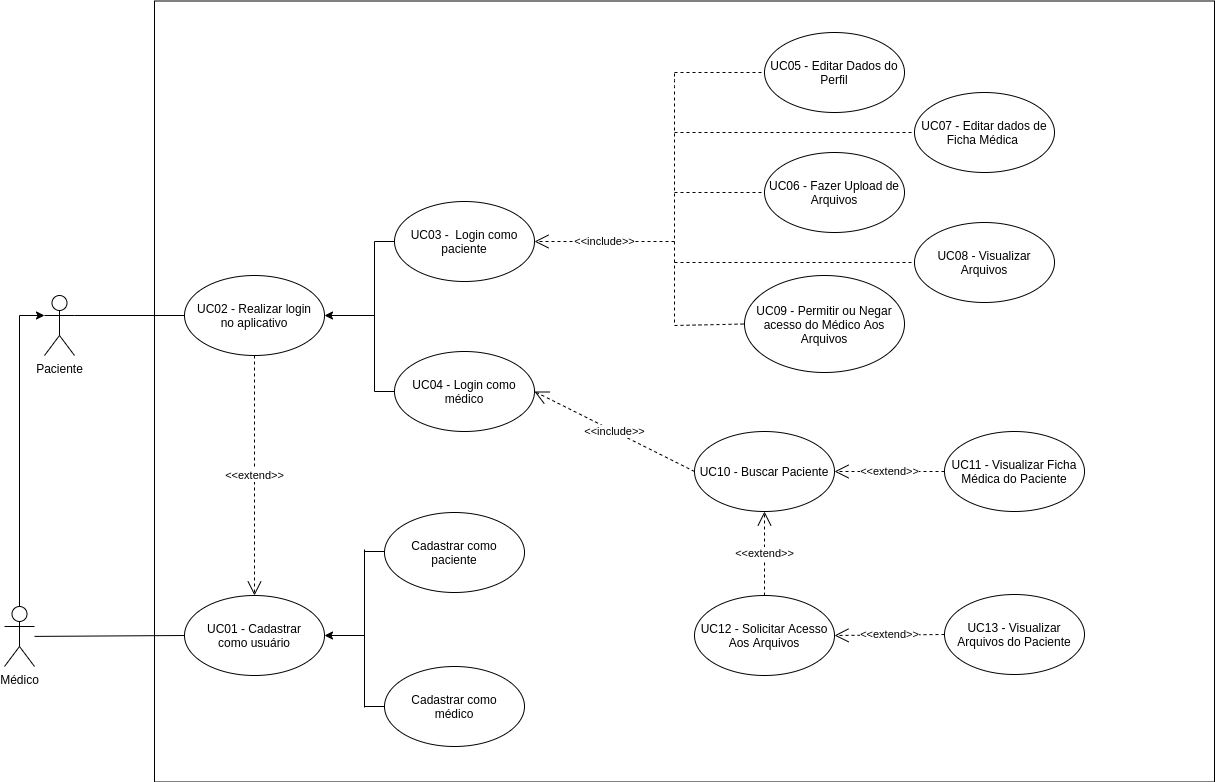
UnBArqDsw2020-2/2020.2_G3_ProjetoHigia keeps this draw.io diagram as docs/assets/images/06-padroesDeArquitetura/diagrama_casos_de_uso.png. Above is the earlier version. Source tidied: cells renumbered, new cells last; positions are measured from the earlier drawing's top-left corner, leaving out a move shared by most shapes. Source of this version:
```xml
<mxGraphModel>
  <root>
    <mxCell id="0" />
    <mxCell id="1" parent="0" />
    <mxCell id="2" style="rounded=0;whiteSpace=wrap;html=1;" parent="1" vertex="1">
      <mxGeometry x="150" y="0.5" width="1060" height="781" as="geometry" />
    </mxCell>
    <mxCell id="3" style="edgeStyle=orthogonalEdgeStyle;rounded=0;jettySize=auto;html=1;entryX=0;entryY=0.3333333333333333;entryDx=0;entryDy=0;entryPerimeter=0;exitX=0.5;exitY=0;exitDx=0;exitDy=0;exitPerimeter=0;" parent="1" edge="1" source="36" target="16">
      <mxGeometry relative="1" as="geometry" />
    </mxCell>
    <mxCell id="4" style="ellipse;whiteSpace=wrap;html=1;" parent="1" vertex="1">
      <mxGeometry x="390" y="351" width="140" height="80" as="geometry" />
    </mxCell>
    <mxCell id="5" value="UC04 - Login como médico" style="text;html=1;strokeColor=none;fillColor=none;align=center;verticalAlign=middle;whiteSpace=wrap;rounded=0;" parent="1" vertex="1">
      <mxGeometry x="400" y="381" width="120" height="20" as="geometry" />
    </mxCell>
    <mxCell id="6" style="ellipse;whiteSpace=wrap;html=1;" parent="1" vertex="1">
      <mxGeometry x="390" y="201" width="140" height="80" as="geometry" />
    </mxCell>
    <mxCell id="7" value="UC03 -&amp;nbsp; Login como paciente" style="text;html=1;strokeColor=none;fillColor=none;align=center;verticalAlign=middle;whiteSpace=wrap;rounded=0;" parent="1" vertex="1">
      <mxGeometry x="400" y="231" width="120" height="20" as="geometry" />
    </mxCell>
    <mxCell id="8" style="endArrow=classic;html=1;entryX=1;entryY=0.5;entryDx=0;entryDy=0;" parent="1" edge="1" target="12">
      <mxGeometry relative="1" as="geometry">
        <mxPoint x="370" y="315" as="sourcePoint" />
      </mxGeometry>
    </mxCell>
    <mxCell id="9" style="endArrow=none;html=1;" parent="1" edge="1">
      <mxGeometry relative="1" as="geometry">
        <mxPoint x="370" y="391" as="sourcePoint" />
        <mxPoint x="370" y="241" as="targetPoint" />
      </mxGeometry>
    </mxCell>
    <mxCell id="10" style="endArrow=none;html=1;entryX=0;entryY=0.5;entryDx=0;entryDy=0;" parent="1" edge="1" target="4">
      <mxGeometry relative="1" as="geometry">
        <mxPoint x="370" y="391" as="sourcePoint" />
      </mxGeometry>
    </mxCell>
    <mxCell id="11" style="endArrow=none;html=1;entryX=0;entryY=0.5;entryDx=0;entryDy=0;" parent="1" edge="1" target="6">
      <mxGeometry relative="1" as="geometry">
        <mxPoint x="370" y="241" as="sourcePoint" />
      </mxGeometry>
    </mxCell>
    <mxCell id="12" style="ellipse;whiteSpace=wrap;html=1;" parent="1" vertex="1">
      <mxGeometry x="180" y="275" width="140" height="80" as="geometry" />
    </mxCell>
    <mxCell id="13" value="UC02 - Realizar login no aplicativo" style="text;html=1;strokeColor=none;fillColor=none;align=center;verticalAlign=middle;whiteSpace=wrap;rounded=0;" parent="1" vertex="1">
      <mxGeometry x="190" y="305" width="120" height="20" as="geometry" />
    </mxCell>
    <mxCell id="14" value="&amp;lt;&amp;lt;include&amp;gt;&amp;gt;" style="endArrow=open;endSize=12;dashed=1;html=1;entryX=1;entryY=0.5;entryDx=0;entryDy=0;" parent="1" edge="1" target="6">
      <mxGeometry relative="1" as="geometry">
        <mxPoint x="670" y="241" as="sourcePoint" />
      </mxGeometry>
    </mxCell>
    <mxCell id="15" value="&amp;lt;&amp;lt;extend&amp;gt;&amp;gt;" style="endArrow=open;endSize=12;dashed=1;html=1;entryX=0.5;entryY=0;entryDx=0;entryDy=0;exitX=0.5;exitY=1;exitDx=0;exitDy=0;" parent="1" edge="1" source="12" target="37">
      <mxGeometry relative="1" as="geometry" />
    </mxCell>
    <mxCell id="16" value="Paciente&lt;br&gt;" style="shape=umlActor;verticalLabelPosition=bottom;verticalAlign=top;html=1;outlineConnect=0;" parent="1" vertex="1">
      <mxGeometry x="40" y="295" width="30" height="60" as="geometry" />
    </mxCell>
    <mxCell id="17" value="UC08 - Visualizar Arquivos" style="ellipse;whiteSpace=wrap;html=1;" parent="1" vertex="1">
      <mxGeometry x="910" y="222" width="140" height="80" as="geometry" />
    </mxCell>
    <mxCell id="18" style="endArrow=none;dashed=1;html=1;" parent="1" edge="1">
      <mxGeometry relative="1" as="geometry">
        <mxPoint x="670" y="322" as="sourcePoint" />
        <mxPoint x="670" y="72" as="targetPoint" />
        <Array as="points">
          <mxPoint x="670" y="261" />
          <mxPoint x="670" y="81" />
        </Array>
      </mxGeometry>
    </mxCell>
    <mxCell id="19" value="UC09 - Permitir ou Negar acesso do Médico Aos Arquivos" style="ellipse;whiteSpace=wrap;html=1;" parent="1" vertex="1">
      <mxGeometry x="740" y="275" width="160" height="97" as="geometry" />
    </mxCell>
    <mxCell id="20" value="UC13 - Visualizar Arquivos do Paciente" style="ellipse;whiteSpace=wrap;html=1;" parent="1" vertex="1">
      <mxGeometry x="940" y="594" width="140" height="80" as="geometry" />
    </mxCell>
    <mxCell id="21" value="UC11 - Visualizar Ficha Médica do Paciente" style="ellipse;whiteSpace=wrap;html=1;" parent="1" vertex="1">
      <mxGeometry x="940" y="431" width="140" height="80" as="geometry" />
    </mxCell>
    <mxCell id="22" value="UC07 - Editar dados de Ficha Médica&amp;nbsp;" style="ellipse;whiteSpace=wrap;html=1;" parent="1" vertex="1">
      <mxGeometry x="910" y="92" width="140" height="80" as="geometry" />
    </mxCell>
    <mxCell id="23" value="UC05 - Editar Dados do Perfil" style="ellipse;whiteSpace=wrap;html=1;" parent="1" vertex="1">
      <mxGeometry x="760" y="32" width="140" height="80" as="geometry" />
    </mxCell>
    <mxCell id="24" style="endArrow=none;dashed=1;html=1;entryX=0;entryY=0.5;entryDx=0;entryDy=0;" parent="1" edge="1" target="23">
      <mxGeometry relative="1" as="geometry">
        <mxPoint x="670" y="72" as="sourcePoint" />
      </mxGeometry>
    </mxCell>
    <mxCell id="25" style="endArrow=none;dashed=1;html=1;entryX=0;entryY=0.5;entryDx=0;entryDy=0;" parent="1" edge="1" target="29">
      <mxGeometry relative="1" as="geometry">
        <mxPoint x="670" y="192" as="sourcePoint" />
      </mxGeometry>
    </mxCell>
    <mxCell id="26" style="endArrow=none;html=1;entryX=0;entryY=0.5;entryDx=0;entryDy=0;exitX=1;exitY=0.3333333333333333;exitDx=0;exitDy=0;exitPerimeter=0;" parent="1" edge="1" source="16" target="12">
      <mxGeometry relative="1" as="geometry" />
    </mxCell>
    <mxCell id="27" value="UC10 - Buscar Paciente" style="ellipse;whiteSpace=wrap;html=1;" parent="1" vertex="1">
      <mxGeometry x="690" y="431" width="140" height="80" as="geometry" />
    </mxCell>
    <mxCell id="28" value="UC12 - Solicitar Acesso Aos Arquivos" style="ellipse;whiteSpace=wrap;html=1;" parent="1" vertex="1">
      <mxGeometry x="690" y="595" width="140" height="80" as="geometry" />
    </mxCell>
    <mxCell id="29" value="UC06 - Fazer Upload de Arquivos" style="ellipse;whiteSpace=wrap;html=1;" parent="1" vertex="1">
      <mxGeometry x="760" y="152" width="140" height="80" as="geometry" />
    </mxCell>
    <mxCell id="30" style="endArrow=none;dashed=1;html=1;entryX=0;entryY=0.5;entryDx=0;entryDy=0;" parent="1" edge="1" target="22">
      <mxGeometry relative="1" as="geometry">
        <mxPoint x="670" y="132" as="sourcePoint" />
      </mxGeometry>
    </mxCell>
    <mxCell id="31" style="endArrow=none;dashed=1;html=1;entryX=0;entryY=0.5;entryDx=0;entryDy=0;" parent="1" edge="1" target="17">
      <mxGeometry relative="1" as="geometry">
        <mxPoint x="670" y="262" as="sourcePoint" />
      </mxGeometry>
    </mxCell>
    <mxCell id="32" style="endArrow=none;dashed=1;html=1;entryX=0;entryY=0.5;entryDx=0;entryDy=0;" parent="1" edge="1" target="19">
      <mxGeometry relative="1" as="geometry">
        <mxPoint x="670" y="325" as="sourcePoint" />
      </mxGeometry>
    </mxCell>
    <mxCell id="33" value="&amp;lt;&amp;lt;extend&amp;gt;&amp;gt;" style="endArrow=open;endSize=12;dashed=1;html=1;entryX=1;entryY=0.5;entryDx=0;entryDy=0;exitX=0;exitY=0.5;exitDx=0;exitDy=0;" parent="1" edge="1" source="21" target="27">
      <mxGeometry relative="1" as="geometry" />
    </mxCell>
    <mxCell id="34" value="&amp;lt;&amp;lt;extend&amp;gt;&amp;gt;" style="endArrow=open;endSize=12;dashed=1;html=1;entryX=0.5;entryY=1;entryDx=0;entryDy=0;exitX=0.5;exitY=0;exitDx=0;exitDy=0;" parent="1" edge="1" source="28" target="27">
      <mxGeometry relative="1" as="geometry" />
    </mxCell>
    <mxCell id="35" value="&amp;lt;&amp;lt;extend&amp;gt;&amp;gt;" style="endArrow=open;endSize=12;dashed=1;html=1;entryX=1;entryY=0.5;entryDx=0;entryDy=0;exitX=0;exitY=0.5;exitDx=0;exitDy=0;" parent="1" edge="1" source="20" target="28">
      <mxGeometry relative="1" as="geometry" />
    </mxCell>
    <mxCell id="36" value="Médico&lt;br&gt;" style="shape=umlActor;verticalLabelPosition=bottom;verticalAlign=top;html=1;outlineConnect=0;" parent="1" vertex="1">
      <mxGeometry y="606" width="30" height="60" as="geometry" />
    </mxCell>
    <mxCell id="37" style="ellipse;whiteSpace=wrap;html=1;" parent="1" vertex="1">
      <mxGeometry x="180" y="595" width="140" height="80" as="geometry" />
    </mxCell>
    <mxCell id="38" value="UC01 - Cadastrar como usuário" style="text;html=1;strokeColor=none;fillColor=none;align=center;verticalAlign=middle;whiteSpace=wrap;rounded=0;" parent="1" vertex="1">
      <mxGeometry x="190" y="625" width="120" height="20" as="geometry" />
    </mxCell>
    <mxCell id="39" style="endArrow=none;html=1;entryX=0;entryY=0.5;entryDx=0;entryDy=0;" parent="1" edge="1" source="36" target="37">
      <mxGeometry relative="1" as="geometry" />
    </mxCell>
    <mxCell id="40" style="ellipse;whiteSpace=wrap;html=1;" parent="1" vertex="1">
      <mxGeometry x="380" y="666" width="140" height="80" as="geometry" />
    </mxCell>
    <mxCell id="41" value="Cadastrar como médico" style="text;html=1;strokeColor=none;fillColor=none;align=center;verticalAlign=middle;whiteSpace=wrap;rounded=0;" parent="1" vertex="1">
      <mxGeometry x="390" y="696" width="120" height="20" as="geometry" />
    </mxCell>
    <mxCell id="42" style="ellipse;whiteSpace=wrap;html=1;" parent="1" vertex="1">
      <mxGeometry x="380" y="512" width="140" height="80" as="geometry" />
    </mxCell>
    <mxCell id="43" value="Cadastrar como paciente" style="text;html=1;strokeColor=none;fillColor=none;align=center;verticalAlign=middle;whiteSpace=wrap;rounded=0;" parent="1" vertex="1">
      <mxGeometry x="390" y="542" width="120" height="20" as="geometry" />
    </mxCell>
    <mxCell id="44" style="endArrow=classic;html=1;entryX=1;entryY=0.5;entryDx=0;entryDy=0;" parent="1" edge="1" target="37">
      <mxGeometry relative="1" as="geometry">
        <mxPoint x="360" y="635" as="sourcePoint" />
      </mxGeometry>
    </mxCell>
    <mxCell id="45" style="endArrow=none;html=1;" parent="1" edge="1">
      <mxGeometry relative="1" as="geometry">
        <mxPoint x="360" y="707" as="sourcePoint" />
        <mxPoint x="360" y="549" as="targetPoint" />
      </mxGeometry>
    </mxCell>
    <mxCell id="46" style="endArrow=none;html=1;entryX=0;entryY=0.5;entryDx=0;entryDy=0;" parent="1" edge="1" target="40">
      <mxGeometry relative="1" as="geometry">
        <mxPoint x="360" y="706" as="sourcePoint" />
      </mxGeometry>
    </mxCell>
    <mxCell id="47" style="endArrow=none;html=1;entryX=0;entryY=0.5;entryDx=0;entryDy=0;" parent="1" edge="1">
      <mxGeometry relative="1" as="geometry">
        <mxPoint x="360" y="551" as="sourcePoint" />
        <mxPoint x="380" y="551" as="targetPoint" />
      </mxGeometry>
    </mxCell>
    <mxCell id="48" value="&amp;lt;&amp;lt;include&amp;gt;&amp;gt;" style="endArrow=open;endSize=12;dashed=1;html=1;entryX=1;entryY=0.5;entryDx=0;entryDy=0;exitX=0;exitY=0.5;exitDx=0;exitDy=0;" parent="1" edge="1" source="27" target="4">
      <mxGeometry relative="1" as="geometry" />
    </mxCell>
  </root>
</mxGraphModel>
```
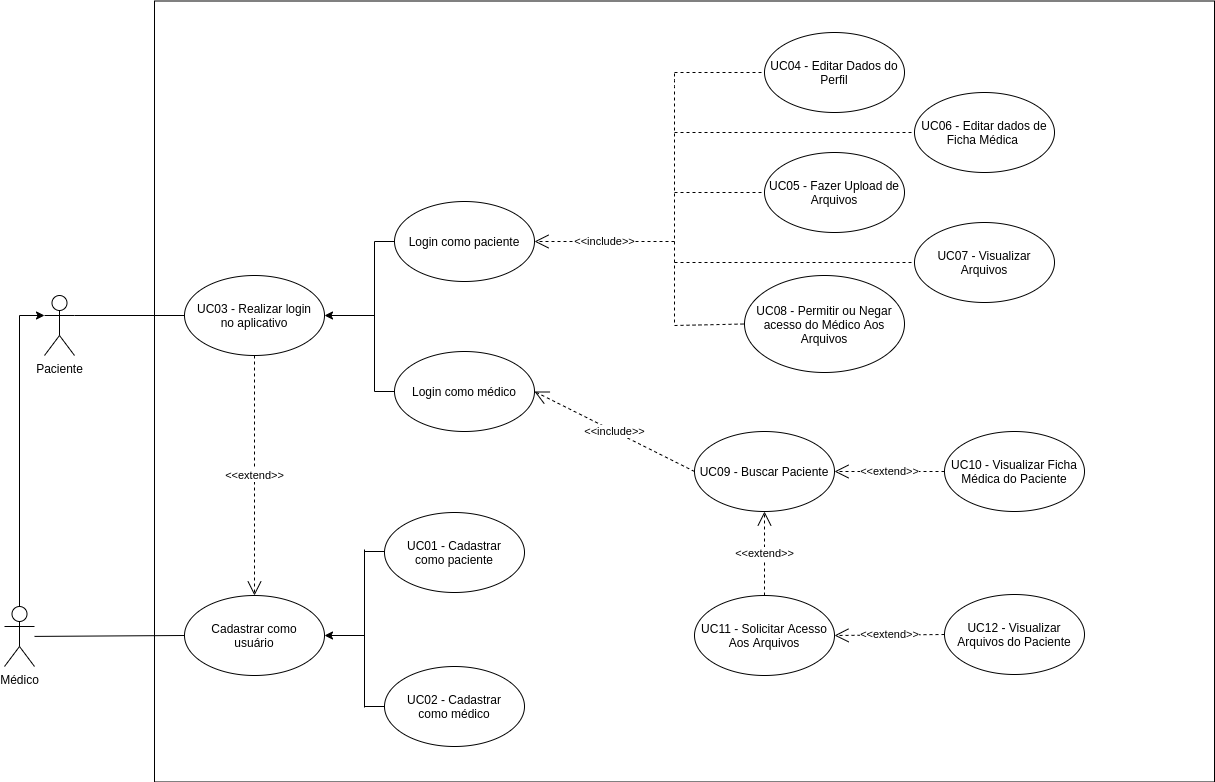
Later version of the same file.

Commit message:
[#108] Reorganiza numeração dos casos de uso

What changed in the source:
```diff
@@ -11,13 +11,13 @@
     <mxCell id="4" style="ellipse;whiteSpace=wrap;html=1;" parent="1" vertex="1">
       <mxGeometry x="390" y="351" width="140" height="80" as="geometry" />
     </mxCell>
-    <mxCell id="5" value="UC04 - Login como médico" style="text;html=1;strokeColor=none;fillColor=none;align=center;verticalAlign=middle;whiteSpace=wrap;rounded=0;" parent="1" vertex="1">
+    <mxCell id="5" value="Login como médico" style="text;html=1;strokeColor=none;fillColor=none;align=center;verticalAlign=middle;whiteSpace=wrap;rounded=0;" parent="1" vertex="1">
       <mxGeometry x="400" y="381" width="120" height="20" as="geometry" />
     </mxCell>
     <mxCell id="6" style="ellipse;whiteSpace=wrap;html=1;" parent="1" vertex="1">
       <mxGeometry x="390" y="201" width="140" height="80" as="geometry" />
     </mxCell>
-    <mxCell id="7" value="UC03 -&amp;nbsp; Login como paciente" style="text;html=1;strokeColor=none;fillColor=none;align=center;verticalAlign=middle;whiteSpace=wrap;rounded=0;" parent="1" vertex="1">
+    <mxCell id="7" value="Login como paciente" style="text;html=1;strokeColor=none;fillColor=none;align=center;verticalAlign=middle;whiteSpace=wrap;rounded=0;" parent="1" vertex="1">
       <mxGeometry x="400" y="231" width="120" height="20" as="geometry" />
     </mxCell>
     <mxCell id="8" style="endArrow=classic;html=1;entryX=1;entryY=0.5;entryDx=0;entryDy=0;" parent="1" edge="1" target="12">
@@ -44,7 +44,7 @@
     <mxCell id="12" style="ellipse;whiteSpace=wrap;html=1;" parent="1" vertex="1">
       <mxGeometry x="180" y="275" width="140" height="80" as="geometry" />
     </mxCell>
-    <mxCell id="13" value="UC02 - Realizar login no aplicativo" style="text;html=1;strokeColor=none;fillColor=none;align=center;verticalAlign=middle;whiteSpace=wrap;rounded=0;" parent="1" vertex="1">
+    <mxCell id="13" value="UC03 - Realizar login no aplicativo" style="text;html=1;strokeColor=none;fillColor=none;align=center;verticalAlign=middle;whiteSpace=wrap;rounded=0;" parent="1" vertex="1">
       <mxGeometry x="190" y="305" width="120" height="20" as="geometry" />
     </mxCell>
     <mxCell id="14" value="&amp;lt;&amp;lt;include&amp;gt;&amp;gt;" style="endArrow=open;endSize=12;dashed=1;html=1;entryX=1;entryY=0.5;entryDx=0;entryDy=0;" parent="1" edge="1" target="6">
@@ -58,7 +58,7 @@
     <mxCell id="16" value="Paciente&lt;br&gt;" style="shape=umlActor;verticalLabelPosition=bottom;verticalAlign=top;html=1;outlineConnect=0;" parent="1" vertex="1">
       <mxGeometry x="40" y="295" width="30" height="60" as="geometry" />
     </mxCell>
-    <mxCell id="17" value="UC08 - Visualizar Arquivos" style="ellipse;whiteSpace=wrap;html=1;" parent="1" vertex="1">
+    <mxCell id="17" value="UC07 - Visualizar Arquivos" style="ellipse;whiteSpace=wrap;html=1;" parent="1" vertex="1">
       <mxGeometry x="910" y="222" width="140" height="80" as="geometry" />
     </mxCell>
     <mxCell id="18" style="endArrow=none;dashed=1;html=1;" parent="1" edge="1">
@@ -71,19 +71,19 @@
         </Array>
       </mxGeometry>
     </mxCell>
-    <mxCell id="19" value="UC09 - Permitir ou Negar acesso do Médico Aos Arquivos" style="ellipse;whiteSpace=wrap;html=1;" parent="1" vertex="1">
+    <mxCell id="19" value="UC08 - Permitir ou Negar acesso do Médico Aos Arquivos" style="ellipse;whiteSpace=wrap;html=1;" parent="1" vertex="1">
       <mxGeometry x="740" y="275" width="160" height="97" as="geometry" />
     </mxCell>
-    <mxCell id="20" value="UC13 - Visualizar Arquivos do Paciente" style="ellipse;whiteSpace=wrap;html=1;" parent="1" vertex="1">
+    <mxCell id="20" value="UC12 - Visualizar Arquivos do Paciente" style="ellipse;whiteSpace=wrap;html=1;" parent="1" vertex="1">
       <mxGeometry x="940" y="594" width="140" height="80" as="geometry" />
     </mxCell>
-    <mxCell id="21" value="UC11 - Visualizar Ficha Médica do Paciente" style="ellipse;whiteSpace=wrap;html=1;" parent="1" vertex="1">
+    <mxCell id="21" value="UC10 - Visualizar Ficha Médica do Paciente" style="ellipse;whiteSpace=wrap;html=1;" parent="1" vertex="1">
       <mxGeometry x="940" y="431" width="140" height="80" as="geometry" />
     </mxCell>
-    <mxCell id="22" value="UC07 - Editar dados de Ficha Médica&amp;nbsp;" style="ellipse;whiteSpace=wrap;html=1;" parent="1" vertex="1">
+    <mxCell id="22" value="UC06 - Editar dados de Ficha Médica&amp;nbsp;" style="ellipse;whiteSpace=wrap;html=1;" parent="1" vertex="1">
       <mxGeometry x="910" y="92" width="140" height="80" as="geometry" />
     </mxCell>
-    <mxCell id="23" value="UC05 - Editar Dados do Perfil" style="ellipse;whiteSpace=wrap;html=1;" parent="1" vertex="1">
+    <mxCell id="23" value="UC04 - Editar Dados do Perfil" style="ellipse;whiteSpace=wrap;html=1;" parent="1" vertex="1">
       <mxGeometry x="760" y="32" width="140" height="80" as="geometry" />
     </mxCell>
     <mxCell id="24" style="endArrow=none;dashed=1;html=1;entryX=0;entryY=0.5;entryDx=0;entryDy=0;" parent="1" edge="1" target="23">
@@ -99,13 +99,13 @@
     <mxCell id="26" style="endArrow=none;html=1;entryX=0;entryY=0.5;entryDx=0;entryDy=0;exitX=1;exitY=0.3333333333333333;exitDx=0;exitDy=0;exitPerimeter=0;" parent="1" edge="1" source="16" target="12">
       <mxGeometry relative="1" as="geometry" />
     </mxCell>
-    <mxCell id="27" value="UC10 - Buscar Paciente" style="ellipse;whiteSpace=wrap;html=1;" parent="1" vertex="1">
+    <mxCell id="27" value="UC09 - Buscar Paciente" style="ellipse;whiteSpace=wrap;html=1;" parent="1" vertex="1">
       <mxGeometry x="690" y="431" width="140" height="80" as="geometry" />
     </mxCell>
-    <mxCell id="28" value="UC12 - Solicitar Acesso Aos Arquivos" style="ellipse;whiteSpace=wrap;html=1;" parent="1" vertex="1">
+    <mxCell id="28" value="UC11 - Solicitar Acesso Aos Arquivos" style="ellipse;whiteSpace=wrap;html=1;" parent="1" vertex="1">
       <mxGeometry x="690" y="595" width="140" height="80" as="geometry" />
     </mxCell>
-    <mxCell id="29" value="UC06 - Fazer Upload de Arquivos" style="ellipse;whiteSpace=wrap;html=1;" parent="1" vertex="1">
+    <mxCell id="29" value="UC05 - Fazer Upload de Arquivos" style="ellipse;whiteSpace=wrap;html=1;" parent="1" vertex="1">
       <mxGeometry x="760" y="152" width="140" height="80" as="geometry" />
     </mxCell>
     <mxCell id="30" style="endArrow=none;dashed=1;html=1;entryX=0;entryY=0.5;entryDx=0;entryDy=0;" parent="1" edge="1" target="22">
@@ -138,7 +138,7 @@
     <mxCell id="37" style="ellipse;whiteSpace=wrap;html=1;" parent="1" vertex="1">
       <mxGeometry x="180" y="595" width="140" height="80" as="geometry" />
     </mxCell>
-    <mxCell id="38" value="UC01 - Cadastrar como usuário" style="text;html=1;strokeColor=none;fillColor=none;align=center;verticalAlign=middle;whiteSpace=wrap;rounded=0;" parent="1" vertex="1">
+    <mxCell id="38" value="Cadastrar como usuário" style="text;html=1;strokeColor=none;fillColor=none;align=center;verticalAlign=middle;whiteSpace=wrap;rounded=0;" parent="1" vertex="1">
       <mxGeometry x="190" y="625" width="120" height="20" as="geometry" />
     </mxCell>
     <mxCell id="39" style="endArrow=none;html=1;entryX=0;entryY=0.5;entryDx=0;entryDy=0;" parent="1" edge="1" source="36" target="37">
@@ -147,13 +147,13 @@
     <mxCell id="40" style="ellipse;whiteSpace=wrap;html=1;" parent="1" vertex="1">
       <mxGeometry x="380" y="666" width="140" height="80" as="geometry" />
     </mxCell>
-    <mxCell id="41" value="Cadastrar como médico" style="text;html=1;strokeColor=none;fillColor=none;align=center;verticalAlign=middle;whiteSpace=wrap;rounded=0;" parent="1" vertex="1">
+    <mxCell id="41" value="UC02 - Cadastrar como médico" style="text;html=1;strokeColor=none;fillColor=none;align=center;verticalAlign=middle;whiteSpace=wrap;rounded=0;" parent="1" vertex="1">
       <mxGeometry x="390" y="696" width="120" height="20" as="geometry" />
     </mxCell>
     <mxCell id="42" style="ellipse;whiteSpace=wrap;html=1;" parent="1" vertex="1">
       <mxGeometry x="380" y="512" width="140" height="80" as="geometry" />
     </mxCell>
-    <mxCell id="43" value="Cadastrar como paciente" style="text;html=1;strokeColor=none;fillColor=none;align=center;verticalAlign=middle;whiteSpace=wrap;rounded=0;" parent="1" vertex="1">
+    <mxCell id="43" value="UC01 - Cadastrar como paciente" style="text;html=1;strokeColor=none;fillColor=none;align=center;verticalAlign=middle;whiteSpace=wrap;rounded=0;" parent="1" vertex="1">
       <mxGeometry x="390" y="542" width="120" height="20" as="geometry" />
     </mxCell>
     <mxCell id="44" style="endArrow=classic;html=1;entryX=1;entryY=0.5;entryDx=0;entryDy=0;" parent="1" edge="1" target="37">
```
